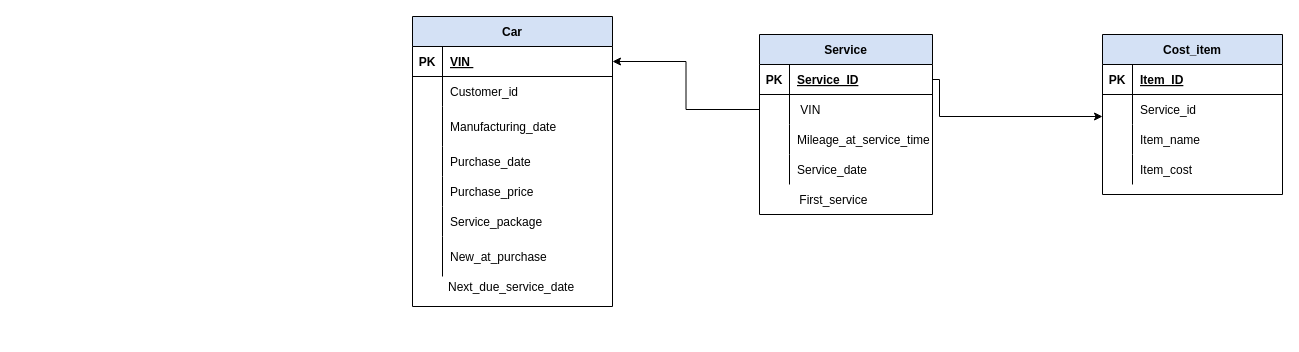
This is Logical Schema A2-2.drawio from zozi0406/Data-Management-Group-22, a draw.io file, before an edit. Source tidied: cells renumbered, new cells numbered last; positions are measured from the earlier drawing's top-left corner, leaving out a move shared by most shapes. Both pictures are drawn from the tidied source at 100%, with x=0, y=0 at pixel (412, 16).
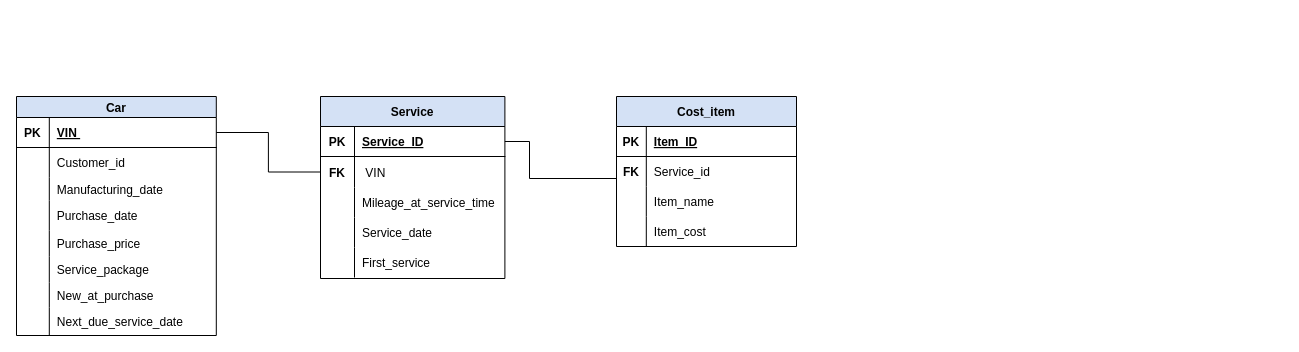
After the change.

Unchanged cells that the change refers to:
```xml
<mxCell id="38" style="shape=partialRectangle;fillColor=none;top=0;left=0;bottom=1;right=0;" parent="37" vertex="1">
  <mxGeometry y="30" width="180" height="30" as="geometry" />
</mxCell>
<mxCell id="41" style="shape=partialRectangle;fillColor=none;top=0;left=0;bottom=0;right=0;points=[[0,0.5],[1,0.5]];portConstraint=eastwest;" parent="37" vertex="1">
  <mxGeometry y="60" width="180" height="30" as="geometry" />
</mxCell>
<mxCell id="44" style="shape=partialRectangle;fillColor=none;top=0;left=0;bottom=0;right=0;" parent="37" vertex="1">
  <mxGeometry y="90" width="180" height="30" as="geometry" />
</mxCell>
<mxCell id="47" style="shape=partialRectangle;fillColor=none;top=0;left=0;bottom=0;right=0;" parent="37" vertex="1">
  <mxGeometry y="120" width="180" height="30" as="geometry" />
</mxCell>
```

The edit, as a diff of the source:
```diff
@@
     <mxCell id="2" value="Service" style="shape=table;startSize=30;childLayout=tableLayout;rowLines=0;fontStyle=1;align=center;fillColor=#D4E1F5;" parent="1" vertex="1">
-      <mxGeometry x="347" y="18" width="173" height="180" as="geometry" />
+      <mxGeometry x="-92" y="80" width="184.4" height="182" as="geometry" />
     </mxCell>
     <mxCell id="3" style="shape=partialRectangle;fillColor=none;top=0;left=0;bottom=1;right=0;points=[[0,0.5],[1,0.5]];portConstraint=eastwest;" parent="2" vertex="1">
-      <mxGeometry y="30" width="173" height="30" as="geometry" />
+      <mxGeometry y="30" width="184.4" height="30" as="geometry" />
     </mxCell>
     <mxCell id="4" value="PK" style="shape=partialRectangle;fillColor=none;top=0;left=0;bottom=0;right=0;fontStyle=1;overflow=hidden;" parent="3" vertex="1">
-      <mxGeometry width="30" height="30" as="geometry" />
+      <mxGeometry width="34" height="30" as="geometry" />
     </mxCell>
     <mxCell id="5" value="Service_ID" style="shape=partialRectangle;fillColor=none;top=0;left=0;bottom=0;right=0;align=left;spacingLeft=6;fontStyle=5;overflow=hidden;" parent="3" vertex="1">
-      <mxGeometry x="30" width="143" height="30" as="geometry" />
+      <mxGeometry x="34" width="150.4" height="30" as="geometry" />
     </mxCell>
     <mxCell id="6" style="shape=partialRectangle;fillColor=none;top=0;left=0;bottom=0;right=0;points=[[0,0.5],[1,0.5]];portConstraint=eastwest;" parent="2" vertex="1">
-      <mxGeometry y="60" width="173" height="30" as="geometry" />
+      <mxGeometry y="60" width="184.4" height="31" as="geometry" />
     </mxCell>
-    <mxCell id="7" style="shape=partialRectangle;fillColor=none;top=0;left=0;bottom=0;right=0;overflow=hidden;" parent="6" vertex="1">
-      <mxGeometry width="30" height="30" as="geometry" />
+    <mxCell id="7" value="FK" style="shape=partialRectangle;fillColor=none;top=0;left=0;bottom=0;right=0;overflow=hidden;fontStyle=1;" parent="6" vertex="1">
+      <mxGeometry width="34" height="31" as="geometry" />
     </mxCell>
     <mxCell id="8" value=" VIN" style="shape=partialRectangle;fillColor=none;top=0;left=0;bottom=0;right=0;align=left;spacingLeft=6;overflow=hidden;" parent="6" vertex="1">
-      <mxGeometry x="30" width="143" height="30" as="geometry" />
+      <mxGeometry x="34" width="150.4" height="31" as="geometry" />
     </mxCell>
     <mxCell id="9" style="shape=partialRectangle;fillColor=none;top=0;left=0;bottom=0;right=0;" parent="2" vertex="1">
-      <mxGeometry y="90" width="173" height="30" as="geometry" />
+      <mxGeometry y="91" width="184.4" height="30" as="geometry" />
     </mxCell>
     <mxCell id="10" style="shape=partialRectangle;fillColor=none;top=0;left=0;bottom=0;right=0;overflow=hidden;" parent="9" vertex="1">
-      <mxGeometry width="30" height="30" as="geometry" />
+      <mxGeometry width="34" height="30" as="geometry" />
     </mxCell>
     <mxCell id="11" value="Mileage_at_service_time" style="shape=partialRectangle;fillColor=none;top=0;left=0;bottom=0;right=0;align=left;spacingLeft=6;overflow=hidden;" parent="9" vertex="1">
-      <mxGeometry x="30" width="143" height="30" as="geometry" />
+      <mxGeometry x="34" width="150.4" height="30" as="geometry" />
     </mxCell>
     <mxCell id="12" style="shape=partialRectangle;fillColor=none;top=0;left=0;bottom=0;right=0;" parent="2" vertex="1">
-      <mxGeometry y="120" width="173" height="30" as="geometry" />
+      <mxGeometry y="121" width="184.4" height="30" as="geometry" />
     </mxCell>
     <mxCell id="13" style="shape=partialRectangle;fillColor=none;top=0;left=0;bottom=0;right=0;overflow=hidden;" parent="12" vertex="1">
-      <mxGeometry width="30" height="30" as="geometry" />
+      <mxGeometry width="34" height="30" as="geometry" />
     </mxCell>
     <mxCell id="14" value="Service_date" style="shape=partialRectangle;fillColor=none;top=0;left=0;bottom=0;right=0;align=left;spacingLeft=6;overflow=hidden;" parent="12" vertex="1">
-      <mxGeometry x="30" width="143" height="30" as="geometry" />
+      <mxGeometry x="34" width="150.4" height="30" as="geometry" />
     </mxCell>
+    <mxCell id="54" style="shape=partialRectangle;fillColor=none;top=0;left=0;bottom=0;right=0;" parent="2" vertex="1">
+      <mxGeometry y="151" width="184.4" height="30" as="geometry" />
+    </mxCell>
+    <mxCell id="55" style="shape=partialRectangle;fillColor=none;top=0;left=0;bottom=0;right=0;overflow=hidden;" parent="54" vertex="1">
+      <mxGeometry width="34" height="30" as="geometry" />
+    </mxCell>
+    <mxCell id="53" value="First_service " style="shape=partialRectangle;fillColor=none;top=0;left=0;bottom=0;right=0;align=left;spacingLeft=6;overflow=hidden;" parent="54" vertex="1">
+      <mxGeometry x="34" width="150.4" height="30" as="geometry" />
+    </mxCell>
-    <mxCell id="15" value="Car" style="shape=table;startSize=30;childLayout=tableLayout;rowLines=0;fontStyle=1;align=center;shadow=0;strokeColor=#000000;fillColor=#D4E1F5;" parent="1" vertex="1">
-      <mxGeometry width="200" height="290" as="geometry" />
+    <mxCell id="15" value="Car" style="shape=table;startSize=21;childLayout=tableLayout;rowLines=0;fontStyle=1;align=center;shadow=0;strokeColor=#000000;fillColor=#D4E1F5;" parent="1" vertex="1">
+      <mxGeometry x="-396" y="80" width="199.8" height="239" as="geometry" />
     </mxCell>
     <mxCell id="16" style="shape=partialRectangle;fillColor=none;top=0;left=0;bottom=1;right=0;points=[[0,0.5],[1,0.5]];portConstraint=eastwest;" parent="15" vertex="1">
-      <mxGeometry y="30" width="200" height="30" as="geometry" />
+      <mxGeometry y="21" width="199.8" height="30" as="geometry" />
     </mxCell>
     <mxCell id="17" value="PK" style="shape=partialRectangle;fillColor=none;top=0;left=0;bottom=0;right=0;fontStyle=1;overflow=hidden;" parent="16" vertex="1">
-      <mxGeometry width="30" height="30" as="geometry" />
+      <mxGeometry width="32.8" height="30" as="geometry" />
     </mxCell>
     <mxCell id="18" value="VIN " style="shape=partialRectangle;fillColor=none;top=0;left=0;bottom=0;right=0;align=left;spacingLeft=6;fontStyle=5;overflow=hidden;shadow=1;strokeColor=#000000;" parent="16" vertex="1">
-      <mxGeometry x="30" width="170" height="30" as="geometry" />
+      <mxGeometry x="32.8" width="167" height="30" as="geometry" />
     </mxCell>
     <mxCell id="19" style="shape=partialRectangle;fillColor=none;top=0;left=0;bottom=0;right=0;" parent="15" vertex="1">
-      <mxGeometry y="60" width="200" height="30" as="geometry" />
+      <mxGeometry y="51" width="199.8" height="30" as="geometry" />
     </mxCell>
     <mxCell id="20" style="shape=partialRectangle;fillColor=none;top=0;left=0;bottom=0;right=0;overflow=hidden;" parent="19" vertex="1">
-      <mxGeometry width="30" height="30" as="geometry" />
+      <mxGeometry width="32.8" height="30" as="geometry" />
     </mxCell>
     <mxCell id="21" value="Customer_id " style="shape=partialRectangle;fillColor=none;top=0;left=0;bottom=0;right=0;align=left;spacingLeft=6;overflow=hidden;shadow=1;strokeColor=#000000;" parent="19" vertex="1">
-      <mxGeometry x="30" width="170" height="30" as="geometry" />
+      <mxGeometry x="32.8" width="167" height="30" as="geometry" />
     </mxCell>
     <mxCell id="22" style="shape=partialRectangle;fillColor=none;top=0;left=0;bottom=0;right=0;" parent="15" vertex="1">
-      <mxGeometry y="90" width="200" height="40" as="geometry" />
+      <mxGeometry y="81" width="199.8" height="23" as="geometry" />
     </mxCell>
     <mxCell id="23" style="shape=partialRectangle;fillColor=none;top=0;left=0;bottom=0;right=0;overflow=hidden;" parent="22" vertex="1">
-      <mxGeometry width="30" height="40" as="geometry" />
+      <mxGeometry width="32.8" height="23" as="geometry" />
     </mxCell>
     <mxCell id="24" value="Manufacturing_date" style="shape=partialRectangle;fillColor=none;top=0;left=0;bottom=0;right=0;align=left;spacingLeft=6;overflow=hidden;shadow=1;strokeColor=#000000;" parent="22" vertex="1">
-      <mxGeometry x="30" width="170" height="40" as="geometry" />
+      <mxGeometry x="32.8" width="167" height="23" as="geometry" />
     </mxCell>
     <mxCell id="25" style="shape=partialRectangle;fillColor=none;top=0;left=0;bottom=0;right=0;" parent="15" vertex="1">
-      <mxGeometry y="130" width="200" height="30" as="geometry" />
+      <mxGeometry y="104" width="199.8" height="30" as="geometry" />
     </mxCell>
     <mxCell id="26" style="shape=partialRectangle;fillColor=none;top=0;left=0;bottom=0;right=0;overflow=hidden;" parent="25" vertex="1">
-      <mxGeometry width="30" height="30" as="geometry" />
+      <mxGeometry width="32.8" height="30" as="geometry" />
     </mxCell>
     <mxCell id="27" value="Purchase_date" style="shape=partialRectangle;fillColor=none;top=0;left=0;bottom=0;right=0;align=left;spacingLeft=6;overflow=hidden;shadow=1;strokeColor=#000000;" parent="25" vertex="1">
-      <mxGeometry x="30" width="170" height="30" as="geometry" />
+      <mxGeometry x="32.8" width="167" height="30" as="geometry" />
     </mxCell>
     <mxCell id="28" style="shape=partialRectangle;fillColor=none;top=0;left=0;bottom=0;right=0;" parent="15" vertex="1">
-      <mxGeometry y="160" width="200" height="30" as="geometry" />
+      <mxGeometry y="134" width="199.8" height="26" as="geometry" />
     </mxCell>
     <mxCell id="29" style="shape=partialRectangle;fillColor=none;top=0;left=0;bottom=0;right=0;overflow=hidden;" parent="28" vertex="1">
-      <mxGeometry width="30" height="30" as="geometry" />
+      <mxGeometry width="32.8" height="26" as="geometry" />
     </mxCell>
     <mxCell id="30" value="Purchase_price" style="shape=partialRectangle;fillColor=none;top=0;left=0;bottom=0;right=0;align=left;spacingLeft=6;overflow=hidden;shadow=1;strokeColor=#000000;" parent="28" vertex="1">
-      <mxGeometry x="30" width="170" height="30" as="geometry" />
+      <mxGeometry x="32.8" width="167" height="26" as="geometry" />
     </mxCell>
     <mxCell id="31" style="shape=partialRectangle;fillColor=none;top=0;left=0;bottom=0;right=0;" parent="15" vertex="1">
-      <mxGeometry y="190" width="200" height="30" as="geometry" />
+      <mxGeometry y="160" width="199.8" height="26" as="geometry" />
     </mxCell>
     <mxCell id="32" style="shape=partialRectangle;fillColor=none;top=0;left=0;bottom=0;right=0;overflow=hidden;" parent="31" vertex="1">
-      <mxGeometry width="30" height="30" as="geometry" />
+      <mxGeometry width="32.8" height="26" as="geometry" />
     </mxCell>
     <mxCell id="33" value="Service_package" style="shape=partialRectangle;fillColor=none;top=0;left=0;bottom=0;right=0;align=left;spacingLeft=6;overflow=hidden;shadow=1;strokeColor=#000000;" parent="31" vertex="1">
-      <mxGeometry x="30" width="170" height="30" as="geometry" />
+      <mxGeometry x="32.8" width="167" height="26" as="geometry" />
     </mxCell>
     <mxCell id="34" style="shape=partialRectangle;fillColor=none;top=0;left=0;bottom=0;right=0;" parent="15" vertex="1">
-      <mxGeometry y="220" width="200" height="40" as="geometry" />
+      <mxGeometry y="186" width="199.8" height="25" as="geometry" />
     </mxCell>
     <mxCell id="35" style="shape=partialRectangle;fillColor=none;top=0;left=0;bottom=0;right=0;overflow=hidden;" parent="34" vertex="1">
-      <mxGeometry width="30" height="40" as="geometry" />
+      <mxGeometry width="32.8" height="25" as="geometry" />
     </mxCell>
     <mxCell id="36" value="New_at_purchase" style="shape=partialRectangle;fillColor=none;top=0;left=0;bottom=0;right=0;align=left;spacingLeft=6;overflow=hidden;shadow=1;strokeColor=#000000;" parent="34" vertex="1">
-      <mxGeometry x="30" width="170" height="40" as="geometry" />
+      <mxGeometry x="32.8" width="167" height="25" as="geometry" />
     </mxCell>
+    <mxCell id="56" style="shape=partialRectangle;fillColor=none;top=0;left=0;bottom=0;right=0;" parent="15" vertex="1">
+      <mxGeometry y="211" width="199.8" height="28" as="geometry" />
+    </mxCell>
+    <mxCell id="57" style="shape=partialRectangle;fillColor=none;top=0;left=0;bottom=0;right=0;overflow=hidden;" parent="56" vertex="1">
+      <mxGeometry width="32.8" height="28" as="geometry" />
+    </mxCell>
+    <mxCell id="52" value="Next_due_service_date" style="shape=partialRectangle;fillColor=none;top=0;left=0;bottom=0;right=0;align=left;spacingLeft=6;overflow=hidden;shadow=1;strokeColor=#000000;" parent="56" vertex="1">
+      <mxGeometry x="32.8" width="167" height="28" as="geometry" />
+    </mxCell>
     <mxCell id="37" value="Cost_item" style="shape=table;startSize=30;childLayout=tableLayout;rowLines=0;fontStyle=1;align=center;fillColor=#D4E1F5;" parent="1" vertex="1">
-      <mxGeometry x="690" y="18" width="180" height="160" as="geometry" />
+      <mxGeometry x="204" y="80" width="180" height="150" as="geometry" />
     </mxCell>
@@
     <mxCell id="39" value="PK" style="shape=partialRectangle;fillColor=none;top=0;left=0;bottom=0;right=0;fontStyle=1;overflow=hidden;" parent="38" vertex="1">
-      <mxGeometry width="30" height="30" as="geometry" />
+      <mxGeometry width="29.8" height="30" as="geometry" />
     </mxCell>
     <mxCell id="40" value="Item_ID" style="shape=partialRectangle;fillColor=none;top=0;left=0;bottom=0;right=0;align=left;spacingLeft=6;fontStyle=5;overflow=hidden;" parent="38" vertex="1">
-      <mxGeometry x="30" width="150" height="30" as="geometry" />
+      <mxGeometry x="29.8" width="150.2" height="30" as="geometry" />
     </mxCell>
@@
-    <mxCell id="42" style="shape=partialRectangle;fillColor=none;top=0;left=0;bottom=0;right=0;overflow=hidden;" parent="41" vertex="1">
-      <mxGeometry width="30" height="30" as="geometry" />
+    <mxCell id="42" value="FK" style="shape=partialRectangle;fillColor=none;top=0;left=0;bottom=0;right=0;overflow=hidden;fontStyle=1;" parent="41" vertex="1">
+      <mxGeometry width="29.8" height="30" as="geometry" />
     </mxCell>
     <mxCell id="43" value="Service_id" style="shape=partialRectangle;fillColor=none;top=0;left=0;bottom=0;right=0;align=left;spacingLeft=6;overflow=hidden;" parent="41" vertex="1">
-      <mxGeometry x="30" width="150" height="30" as="geometry" />
+      <mxGeometry x="29.8" width="150.2" height="30" as="geometry" />
     </mxCell>
@@
     <mxCell id="45" style="shape=partialRectangle;fillColor=none;top=0;left=0;bottom=0;right=0;overflow=hidden;" parent="44" vertex="1">
-      <mxGeometry width="30" height="30" as="geometry" />
+      <mxGeometry width="29.8" height="30" as="geometry" />
     </mxCell>
     <mxCell id="46" value="Item_name" style="shape=partialRectangle;fillColor=none;top=0;left=0;bottom=0;right=0;align=left;spacingLeft=6;overflow=hidden;" parent="44" vertex="1">
-      <mxGeometry x="30" width="150" height="30" as="geometry" />
+      <mxGeometry x="29.8" width="150.2" height="30" as="geometry" />
     </mxCell>
@@
     <mxCell id="48" style="shape=partialRectangle;fillColor=none;top=0;left=0;bottom=0;right=0;overflow=hidden;" parent="47" vertex="1">
-      <mxGeometry width="30" height="30" as="geometry" />
+      <mxGeometry width="29.8" height="30" as="geometry" />
     </mxCell>
     <mxCell id="49" value="Item_cost" style="shape=partialRectangle;fillColor=none;top=0;left=0;bottom=0;right=0;align=left;spacingLeft=6;overflow=hidden;" parent="47" vertex="1">
-      <mxGeometry x="30" width="150" height="30" as="geometry" />
+      <mxGeometry x="29.8" width="150.2" height="30" as="geometry" />
     </mxCell>
-    <mxCell id="50" style="edgeStyle=orthogonalEdgeStyle;rounded=0;jettySize=auto;html=1;" parent="1" edge="1" source="3" target="41">
+    <mxCell id="50" style="edgeStyle=orthogonalEdgeStyle;rounded=0;jettySize=auto;html=1;endArrow=none;endFill=0;exitX=1;exitY=0.5;exitDx=0;exitDy=0;" parent="1" edge="1" source="3" target="41">
       <mxGeometry relative="1" as="geometry">
         <Array as="points">
-          <mxPoint x="527" y="63" />
-          <mxPoint x="527" y="100" />
+          <mxPoint x="117" y="125" />
+          <mxPoint x="117" y="162" />
         </Array>
       </mxGeometry>
     </mxCell>
-    <mxCell id="51" style="edgeStyle=orthogonalEdgeStyle;rounded=0;jettySize=auto;html=1;" parent="1" edge="1" source="6" target="16">
+    <mxCell id="51" style="rounded=0;jettySize=auto;html=1;edgeStyle=orthogonalEdgeStyle;endArrow=none;endFill=0;" parent="1" edge="1" source="6" target="16">
       <mxGeometry relative="1" as="geometry" />
     </mxCell>
-    <mxCell id="52" value="Next_due_service_date" style="shape=partialRectangle;fillColor=none;top=0;left=0;bottom=0;right=0;align=left;spacingLeft=6;overflow=hidden;" parent="1" vertex="1">
-      <mxGeometry x="28" y="240" width="144" height="60" as="geometry" />
-    </mxCell>
-    <mxCell id="53" value=" First_service " style="shape=partialRectangle;fillColor=none;top=0;left=0;bottom=0;right=0;align=left;spacingLeft=6;overflow=hidden;" parent="1" vertex="1">
-      <mxGeometry x="376" y="168" width="150" height="30" as="geometry" />
-    </mxCell>
+    <mxCell id="58" parent="0" />
```
